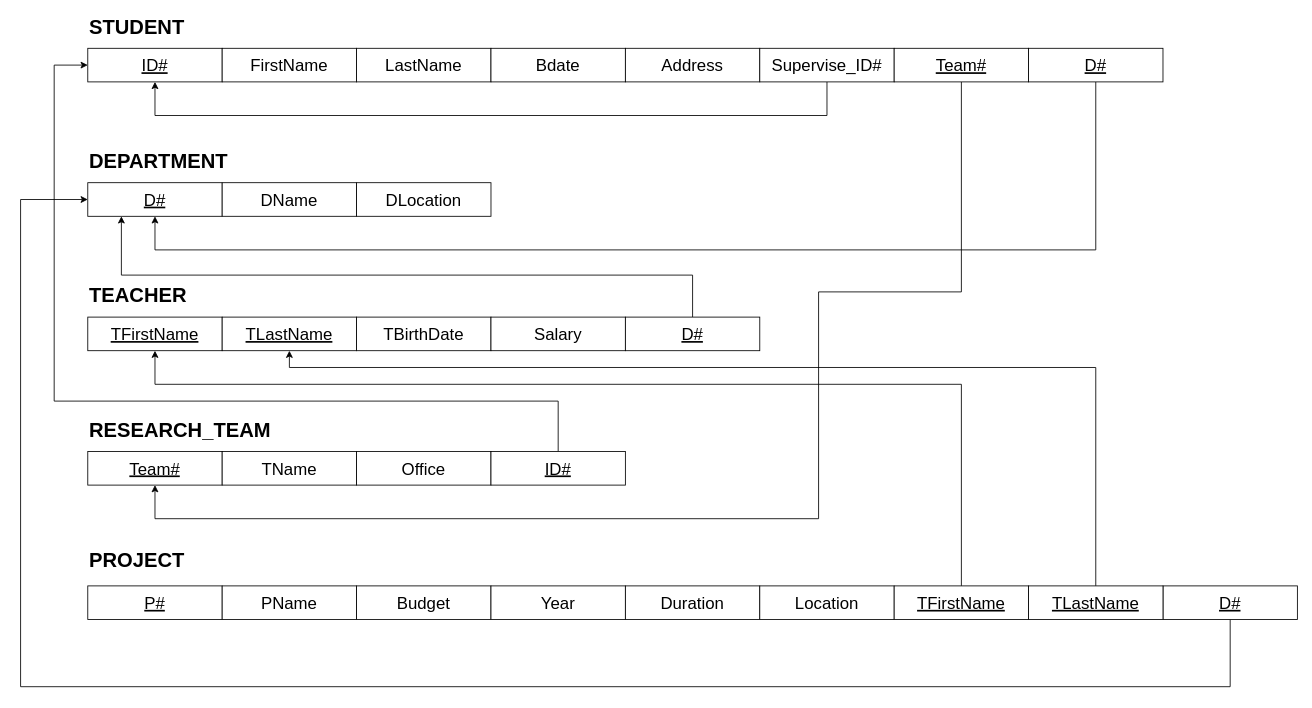
This is page "step4" (3 of 4) of relational_database_model.drawio from phlpat/test_repo, a draw.io file, before an edit. Source tidied: cells renumbered, new cells numbered last; positions are measured from the earlier drawing's top-left corner, leaving out a move shared by most shapes. Both pictures are drawn from the tidied source at 84%, with x=0, y=0 at pixel (20, 14).
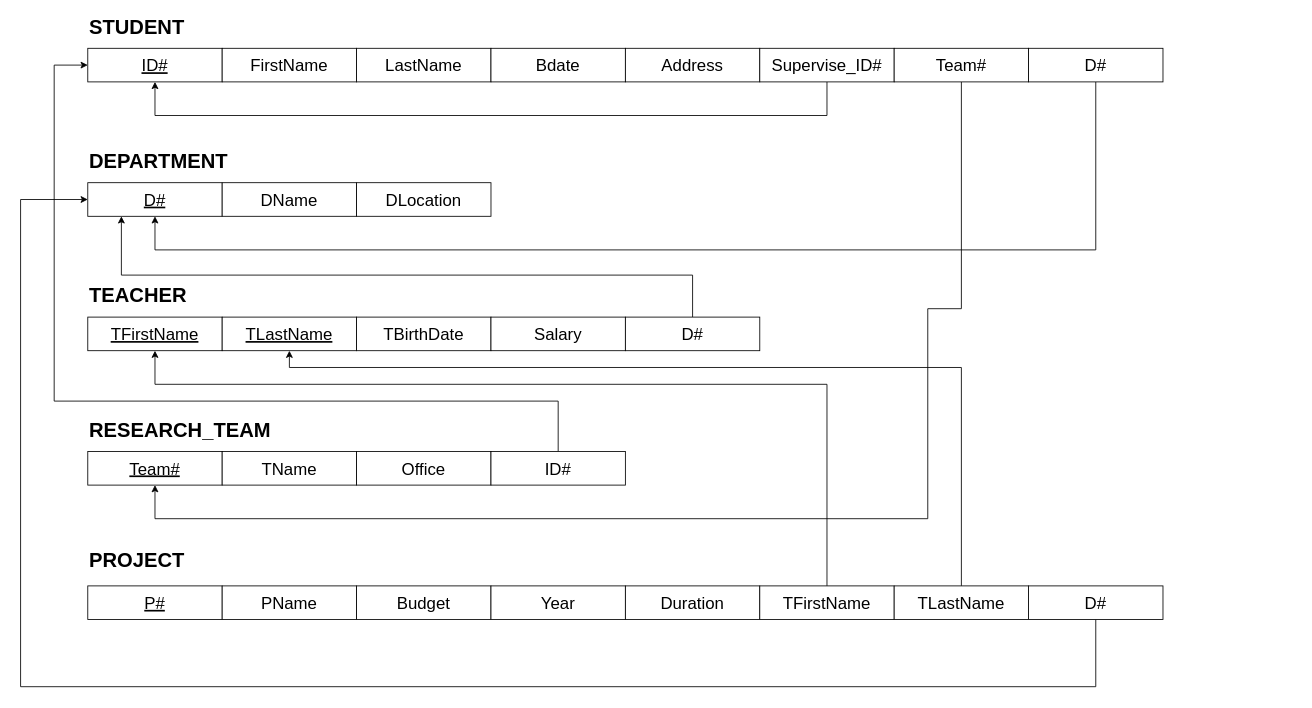
The same diagram, later.

The change refers to these unchanged cells:
```xml
<mxCell id="12" value="&lt;font style=&quot;font-size: 20px&quot;&gt;&lt;u&gt;D#&lt;/u&gt;&lt;/font&gt;" style="rounded=0;whiteSpace=wrap;html=1;" parent="1" vertex="1">
  <mxGeometry x="80" y="200" width="160" height="40" as="geometry" />
</mxCell>
<mxCell id="15" value="&lt;font style=&quot;font-size: 20px&quot;&gt;&lt;u&gt;TFirstName&lt;/u&gt;&lt;/font&gt;" style="rounded=0;whiteSpace=wrap;html=1;" parent="1" vertex="1">
  <mxGeometry x="80" y="360" width="160" height="40" as="geometry" />
</mxCell>
<mxCell id="16" value="&lt;u style=&quot;font-size: 20px&quot;&gt;TLastName&lt;/u&gt;" style="rounded=0;whiteSpace=wrap;html=1;" parent="1" vertex="1">
  <mxGeometry x="240" y="360" width="160" height="40" as="geometry" />
</mxCell>
<mxCell id="19" value="&lt;font style=&quot;font-size: 20px&quot;&gt;&lt;u&gt;Team#&lt;/u&gt;&lt;/font&gt;" style="rounded=0;whiteSpace=wrap;html=1;" parent="1" vertex="1">
  <mxGeometry x="80" y="520" width="160" height="40" as="geometry" />
</mxCell>
```

What changed in the source:
```diff
@@
-    <mxCell id="27" value="&lt;span style=&quot;font-size: 20px&quot;&gt;Location&lt;/span&gt;" style="rounded=0;whiteSpace=wrap;html=1;" parent="1" vertex="1">
-      <mxGeometry x="880" y="680" width="160" height="40" as="geometry" />
-    </mxCell>
@@
-    <mxCell id="30" style="edgeStyle=orthogonalEdgeStyle;rounded=0;jettySize=auto;html=1;entryX=0.5;entryY=1;entryDx=0;entryDy=0;fontSize=20;endArrow=classic;endFill=1;" parent="1" edge="1" source="31" target="19">
+    <mxCell id="30" style="edgeStyle=orthogonalEdgeStyle;rounded=0;jettySize=auto;html=1;entryX=0.5;entryY=1;entryDx=0;entryDy=0;fontSize=20;endArrow=classic;endFill=1;exitX=0.5;exitY=1;exitDx=0;exitDy=0;" parent="1" edge="1" source="31" target="19">
       <mxGeometry relative="1" as="geometry">
         <Array as="points">
-          <mxPoint x="1120" y="330" />
-          <mxPoint x="950" y="330" />
-          <mxPoint x="950" y="600" />
+          <mxPoint x="1120" y="350" />
+          <mxPoint x="1080" y="350" />
+          <mxPoint x="1080" y="600" />
           <mxPoint x="160" y="600" />
         </Array>
       </mxGeometry>
     </mxCell>
-    <mxCell id="31" value="&lt;span style=&quot;font-size: 20px&quot;&gt;&lt;u&gt;Team#&lt;/u&gt;&lt;/span&gt;" style="rounded=0;whiteSpace=wrap;html=1;" parent="1" vertex="1">
+    <mxCell id="31" value="&lt;span style=&quot;font-size: 20px&quot;&gt;Team#&lt;/span&gt;" style="rounded=0;whiteSpace=wrap;html=1;" parent="1" vertex="1">
       <mxGeometry x="1040" y="40" width="160" height="40" as="geometry" />
     </mxCell>
@@
-    <mxCell id="33" value="&lt;font style=&quot;font-size: 20px&quot;&gt;&lt;u&gt;ID#&lt;/u&gt;&lt;/font&gt;" style="rounded=0;whiteSpace=wrap;html=1;" parent="1" vertex="1">
+    <mxCell id="33" value="&lt;font style=&quot;font-size: 20px&quot;&gt;ID#&lt;/font&gt;" style="rounded=0;whiteSpace=wrap;html=1;" parent="1" vertex="1">
       <mxGeometry x="560" y="520" width="160" height="40" as="geometry" />
     </mxCell>
-    <mxCell id="34" style="edgeStyle=orthogonalEdgeStyle;rounded=0;jettySize=auto;html=1;entryX=0.5;entryY=1;entryDx=0;entryDy=0;fontSize=20;endArrow=classic;endFill=1;" parent="1" edge="1" source="35" target="12">
-      <mxGeometry relative="1" as="geometry">
-        <Array as="points">
-          <mxPoint x="1280" y="280" />
-          <mxPoint x="160" y="280" />
-        </Array>
-      </mxGeometry>
-    </mxCell>
-    <mxCell id="35" value="&lt;font style=&quot;font-size: 20px&quot;&gt;&lt;u&gt;D#&lt;/u&gt;&lt;/font&gt;" style="rounded=0;whiteSpace=wrap;html=1;" parent="1" vertex="1">
-      <mxGeometry x="1200" y="40" width="160" height="40" as="geometry" />
-    </mxCell>
-    <mxCell id="36" style="edgeStyle=orthogonalEdgeStyle;rounded=0;jettySize=auto;html=1;entryX=0.25;entryY=1;entryDx=0;entryDy=0;fontSize=20;endArrow=classic;endFill=1;" parent="1" edge="1" source="37" target="12">
-      <mxGeometry relative="1" as="geometry">
-        <Array as="points">
-          <mxPoint x="800" y="310" />
-          <mxPoint x="120" y="310" />
-        </Array>
-      </mxGeometry>
-    </mxCell>
-    <mxCell id="37" value="&lt;font style=&quot;font-size: 20px&quot;&gt;&lt;u&gt;D#&lt;/u&gt;&lt;/font&gt;" style="rounded=0;whiteSpace=wrap;html=1;" parent="1" vertex="1">
-      <mxGeometry x="720" y="360" width="160" height="40" as="geometry" />
-    </mxCell>
+    <mxCell id="44" style="edgeStyle=orthogonalEdgeStyle;rounded=0;jettySize=auto;html=1;entryX=0.5;entryY=1;entryDx=0;entryDy=0;fontSize=20;endArrow=classic;endFill=1;" parent="1" edge="1" source="45" target="12">
+      <mxGeometry relative="1" as="geometry">
+        <Array as="points">
+          <mxPoint x="1280" y="280" />
+          <mxPoint x="160" y="280" />
+        </Array>
+      </mxGeometry>
+    </mxCell>
+    <mxCell id="45" value="&lt;font style=&quot;font-size: 20px&quot;&gt;D#&lt;/font&gt;" style="rounded=0;whiteSpace=wrap;html=1;" parent="1" vertex="1">
+      <mxGeometry x="1200" y="40" width="160" height="40" as="geometry" />
+    </mxCell>
+    <mxCell id="46" style="edgeStyle=orthogonalEdgeStyle;rounded=0;jettySize=auto;html=1;entryX=0.25;entryY=1;entryDx=0;entryDy=0;fontSize=20;endArrow=classic;endFill=1;" parent="1" edge="1" source="47" target="12">
+      <mxGeometry relative="1" as="geometry">
+        <Array as="points">
+          <mxPoint x="800" y="310" />
+          <mxPoint x="120" y="310" />
+        </Array>
+      </mxGeometry>
+    </mxCell>
+    <mxCell id="47" value="&lt;font style=&quot;font-size: 20px&quot;&gt;D#&lt;/font&gt;" style="rounded=0;whiteSpace=wrap;html=1;" parent="1" vertex="1">
+      <mxGeometry x="720" y="360" width="160" height="40" as="geometry" />
+    </mxCell>
     <mxCell id="38" style="edgeStyle=orthogonalEdgeStyle;rounded=0;jettySize=auto;html=1;entryX=0.5;entryY=1;entryDx=0;entryDy=0;fontSize=20;endArrow=classic;endFill=1;" parent="1" edge="1" source="39" target="15">
       <mxGeometry relative="1" as="geometry">
         <Array as="points">
-          <mxPoint x="1120" y="440" />
+          <mxPoint x="960" y="440" />
           <mxPoint x="160" y="440" />
         </Array>
       </mxGeometry>
     </mxCell>
-    <mxCell id="39" value="&lt;font style=&quot;font-size: 20px&quot;&gt;&lt;u&gt;TFirstName&lt;/u&gt;&lt;/font&gt;" style="rounded=0;whiteSpace=wrap;html=1;" parent="1" vertex="1">
-      <mxGeometry x="1040" y="680" width="160" height="40" as="geometry" />
+    <mxCell id="39" value="&lt;font style=&quot;font-size: 20px&quot;&gt;TFirstName&lt;/font&gt;" style="rounded=0;whiteSpace=wrap;html=1;" parent="1" vertex="1">
+      <mxGeometry x="880" y="680" width="160" height="40" as="geometry" />
     </mxCell>
-    <mxCell id="40" style="edgeStyle=orthogonalEdgeStyle;rounded=0;jettySize=auto;html=1;entryX=0;entryY=0.5;entryDx=0;entryDy=0;fontSize=20;endArrow=classic;endFill=1;" parent="1" edge="1" source="41" target="12">
-      <mxGeometry relative="1" as="geometry">
-        <Array as="points">
-          <mxPoint x="1440" y="800" />
-          <mxPoint y="800" />
-          <mxPoint y="220" />
-        </Array>
-      </mxGeometry>
-    </mxCell>
-    <mxCell id="41" value="&lt;font style=&quot;font-size: 20px&quot;&gt;&lt;u&gt;D#&lt;/u&gt;&lt;/font&gt;" style="rounded=0;whiteSpace=wrap;html=1;" parent="1" vertex="1">
-      <mxGeometry x="1360" y="680" width="160" height="40" as="geometry" />
-    </mxCell>
+    <mxCell id="48" style="edgeStyle=orthogonalEdgeStyle;rounded=0;jettySize=auto;html=1;entryX=0;entryY=0.5;entryDx=0;entryDy=0;fontSize=20;endArrow=classic;endFill=1;exitX=0.5;exitY=1;exitDx=0;exitDy=0;" parent="1" edge="1" source="49" target="12">
+      <mxGeometry relative="1" as="geometry">
+        <Array as="points">
+          <mxPoint x="1280" y="800" />
+          <mxPoint y="800" />
+          <mxPoint y="220" />
+        </Array>
+      </mxGeometry>
+    </mxCell>
+    <mxCell id="49" value="&lt;font style=&quot;font-size: 20px&quot;&gt;D#&lt;/font&gt;" style="rounded=0;whiteSpace=wrap;html=1;" parent="1" vertex="1">
+      <mxGeometry x="1200" y="680" width="160" height="40" as="geometry" />
+    </mxCell>
     <mxCell id="42" style="edgeStyle=orthogonalEdgeStyle;rounded=0;jettySize=auto;html=1;exitX=0.5;exitY=0;exitDx=0;exitDy=0;entryX=0.5;entryY=1;entryDx=0;entryDy=0;" parent="1" edge="1" source="43" target="16">
       <mxGeometry relative="1" as="geometry">
         <Array as="points">
-          <mxPoint x="1280" y="420" />
+          <mxPoint x="1120" y="420" />
           <mxPoint x="320" y="420" />
         </Array>
       </mxGeometry>
     </mxCell>
-    <mxCell id="43" value="&lt;u style=&quot;font-size: 20px&quot;&gt;TLastName&lt;/u&gt;" style="rounded=0;whiteSpace=wrap;html=1;" parent="1" vertex="1">
-      <mxGeometry x="1200" y="680" width="160" height="40" as="geometry" />
+    <mxCell id="43" value="&lt;span style=&quot;font-size: 20px&quot;&gt;TLastName&lt;/span&gt;" style="rounded=0;whiteSpace=wrap;html=1;" parent="1" vertex="1">
+      <mxGeometry x="1040" y="680" width="160" height="40" as="geometry" />
     </mxCell>
```
